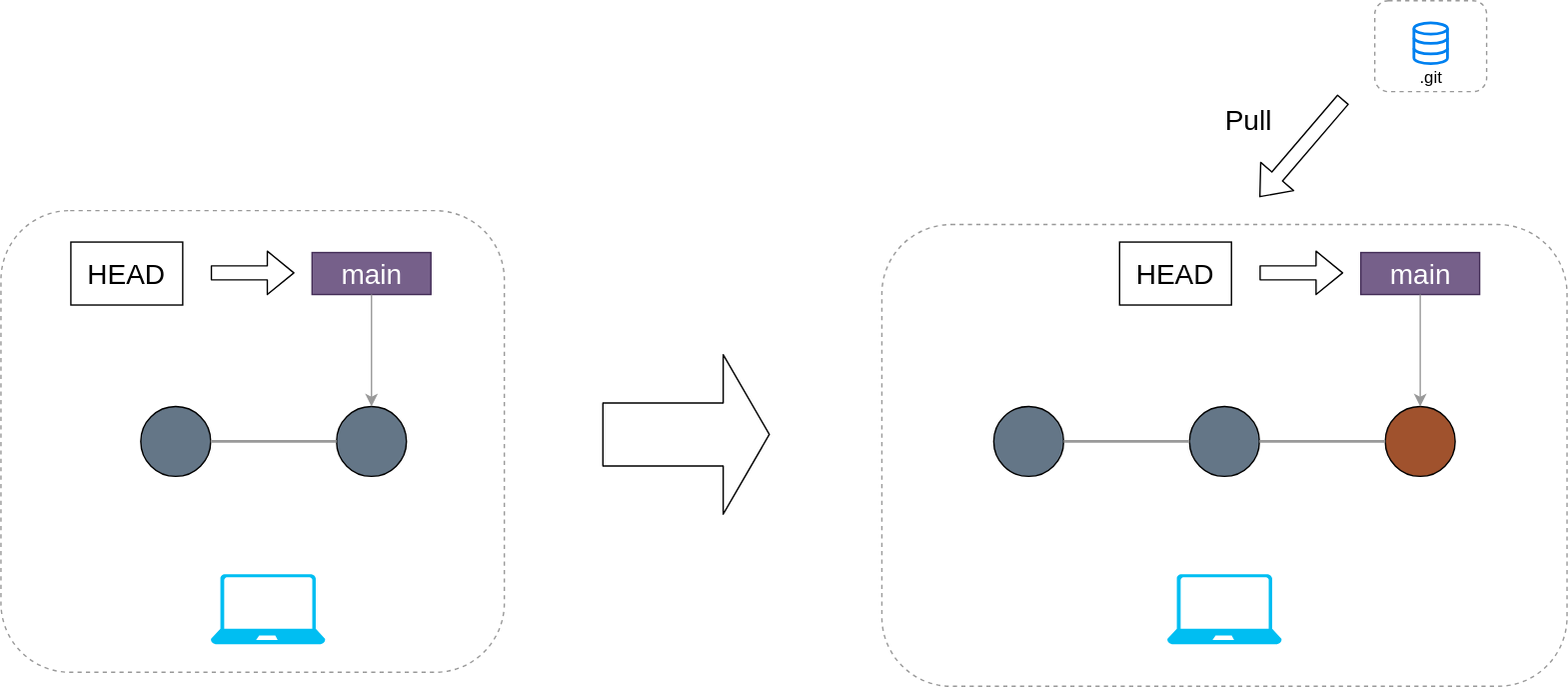
This is slidev/drawio/wf_pull.svg from kazuyanagimoto/github-workshop, a draw.io export, as it was before one commit. Source tidied: cells renumbered, new cells last; positions are measured from the earlier drawing's top-left corner, leaving out a move shared by most shapes. Its diagram source:
```xml
<mxGraphModel>
  <root>
    <mxCell id="0" />
    <mxCell id="1" parent="0" />
    <mxCell id="2" style="ellipse;whiteSpace=wrap;html=1;fillColor=#647687;fontColor=#ffffff;strokeColor=#000000;" parent="1" vertex="1">
      <mxGeometry x="710" y="290" width="50" height="50" as="geometry" />
    </mxCell>
    <mxCell id="3" style="ellipse;whiteSpace=wrap;html=1;fillColor=#647687;fontColor=#ffffff;strokeColor=#000000;" parent="1" vertex="1">
      <mxGeometry x="850" y="290" width="50" height="50" as="geometry" />
    </mxCell>
    <mxCell id="4" style="ellipse;whiteSpace=wrap;html=1;fontColor=#ffffff;strokeColor=#000000;fillColor=#A0522D;" parent="1" vertex="1">
      <mxGeometry x="990" y="290" width="50" height="50" as="geometry" />
    </mxCell>
    <mxCell id="5" style="endArrow=none;html=1;entryX=0;entryY=0.5;entryDx=0;entryDy=0;exitX=1;exitY=0.5;exitDx=0;exitDy=0;strokeColor=#999999;strokeWidth=2;" parent="1" edge="1" source="2" target="3">
      <mxGeometry relative="1" as="geometry" />
    </mxCell>
    <mxCell id="6" style="endArrow=none;html=1;entryX=0;entryY=0.5;entryDx=0;entryDy=0;exitX=1;exitY=0.5;exitDx=0;exitDy=0;strokeColor=#999999;strokeWidth=2;" parent="1" edge="1" source="3" target="4">
      <mxGeometry relative="1" as="geometry" />
    </mxCell>
    <mxCell id="7" style="ellipse;whiteSpace=wrap;html=1;fillColor=#647687;fontColor=#ffffff;strokeColor=#000000;" parent="1" vertex="1">
      <mxGeometry x="100" y="290" width="50" height="50" as="geometry" />
    </mxCell>
    <mxCell id="8" style="ellipse;whiteSpace=wrap;html=1;fillColor=#647687;fontColor=#ffffff;strokeColor=#000000;" parent="1" vertex="1">
      <mxGeometry x="240" y="290" width="50" height="50" as="geometry" />
    </mxCell>
    <mxCell id="9" style="endArrow=none;html=1;entryX=0;entryY=0.5;entryDx=0;entryDy=0;exitX=1;exitY=0.5;exitDx=0;exitDy=0;strokeColor=#999999;strokeWidth=2;" parent="1" edge="1" source="7" target="8">
      <mxGeometry relative="1" as="geometry" />
    </mxCell>
    <mxCell id="10" value="HEAD" style="rounded=0;whiteSpace=wrap;html=1;fontSize=20;" parent="1" vertex="1">
      <mxGeometry x="50" y="172.5" width="80" height="45" as="geometry" />
    </mxCell>
    <mxCell id="11" style="shape=flexArrow;endArrow=classic;html=1;fontSize=20;" parent="1" edge="1">
      <mxGeometry relative="1" as="geometry">
        <mxPoint x="150" y="194.5" as="sourcePoint" />
        <mxPoint x="210" y="194.5" as="targetPoint" />
      </mxGeometry>
    </mxCell>
    <mxCell id="12" value="main" style="rounded=1;whiteSpace=wrap;html=1;fillColor=#76608a;strokeColor=#432D57;fontColor=#ffffff;fontSize=20;arcSize=0;" parent="1" vertex="1">
      <mxGeometry x="222.5" y="180" width="85" height="30" as="geometry" />
    </mxCell>
    <mxCell id="13" style="endArrow=classic;html=1;fontSize=20;exitX=0.5;exitY=1;exitDx=0;exitDy=0;entryX=0.5;entryY=0;entryDx=0;entryDy=0;strokeColor=#999999;" parent="1" edge="1" source="12">
      <mxGeometry relative="1" as="geometry">
        <mxPoint x="265" y="290" as="targetPoint" />
      </mxGeometry>
    </mxCell>
    <mxCell id="14" style="verticalLabelPosition=bottom;html=1;verticalAlign=top;align=center;strokeColor=none;fillColor=#00BEF2;shape=mxgraph.azure.laptop;fontSize=15;" parent="1" vertex="1">
      <mxGeometry x="150" y="410" width="82" height="50" as="geometry" />
    </mxCell>
    <mxCell id="15" style="verticalLabelPosition=bottom;html=1;verticalAlign=top;align=center;strokeColor=none;fillColor=#00BEF2;shape=mxgraph.azure.laptop;fontSize=15;" parent="1" vertex="1">
      <mxGeometry x="834" y="410" width="82" height="50" as="geometry" />
    </mxCell>
    <mxCell id="16" style="rounded=1;whiteSpace=wrap;html=1;fontSize=16;strokeColor=#999999;dashed=1;fillColor=none;" parent="1" vertex="1">
      <mxGeometry x="630" y="160" width="490" height="330" as="geometry" />
    </mxCell>
    <mxCell id="17" value="HEAD" style="rounded=0;whiteSpace=wrap;html=1;fontSize=20;" parent="1" vertex="1">
      <mxGeometry x="800" y="172.5" width="80" height="45" as="geometry" />
    </mxCell>
    <mxCell id="18" style="shape=flexArrow;endArrow=classic;html=1;fontSize=20;" parent="1" edge="1">
      <mxGeometry relative="1" as="geometry">
        <mxPoint x="900" y="194.5" as="sourcePoint" />
        <mxPoint x="960" y="194.5" as="targetPoint" />
      </mxGeometry>
    </mxCell>
    <mxCell id="19" value="main" style="rounded=1;whiteSpace=wrap;html=1;fillColor=#76608a;strokeColor=#432D57;fontColor=#ffffff;fontSize=20;arcSize=0;" parent="1" vertex="1">
      <mxGeometry x="972.5" y="180" width="85" height="30" as="geometry" />
    </mxCell>
    <mxCell id="20" style="endArrow=classic;html=1;fontSize=20;exitX=0.5;exitY=1;exitDx=0;exitDy=0;entryX=0.5;entryY=0;entryDx=0;entryDy=0;strokeColor=#999999;" parent="1" edge="1" source="19">
      <mxGeometry relative="1" as="geometry">
        <mxPoint x="1015" y="290" as="targetPoint" />
      </mxGeometry>
    </mxCell>
    <mxCell id="21" style="rounded=1;whiteSpace=wrap;html=1;fontSize=16;strokeColor=#999999;dashed=1;fillColor=none;" parent="1" vertex="1">
      <mxGeometry y="150" width="360" height="330" as="geometry" />
    </mxCell>
    <mxCell id="22" style="rounded=1;whiteSpace=wrap;html=1;fontSize=16;strokeColor=#999999;dashed=1;fillColor=none;" parent="1" vertex="1">
      <mxGeometry x="982.5" width="80" height="65" as="geometry" />
    </mxCell>
    <mxCell id="23" style="html=1;verticalLabelPosition=bottom;align=center;labelBackgroundColor=#ffffff;verticalAlign=top;strokeWidth=2;strokeColor=#0080F0;shadow=0;dashed=0;shape=mxgraph.ios7.icons.data;fillColor=none;" parent="1" vertex="1">
      <mxGeometry x="1010.5" y="15.9" width="24" height="29.1" as="geometry" />
    </mxCell>
    <mxCell id="24" value=".git" style="text;html=1;strokeColor=none;fillColor=none;align=center;verticalAlign=middle;whiteSpace=wrap;rounded=0;" parent="1" vertex="1">
      <mxGeometry x="1002.5" y="45" width="40" height="20" as="geometry" />
    </mxCell>
    <mxCell id="25" style="shape=flexArrow;endArrow=classic;html=1;" parent="1" edge="1">
      <mxGeometry relative="1" as="geometry">
        <mxPoint x="960" y="70.4" as="sourcePoint" />
        <mxPoint x="900" y="140.4" as="targetPoint" />
      </mxGeometry>
    </mxCell>
    <mxCell id="26" value="Pull" style="text;html=1;strokeColor=none;fillColor=none;align=center;verticalAlign=middle;whiteSpace=wrap;rounded=0;fontSize=20;" parent="1" vertex="1">
      <mxGeometry x="860" y="65" width="65" height="40" as="geometry" />
    </mxCell>
    <mxCell id="27" style="shape=flexArrow;endArrow=classic;html=1;endWidth=68;endSize=10.66;width=45;" parent="1" edge="1">
      <mxGeometry relative="1" as="geometry">
        <mxPoint x="430" y="310" as="sourcePoint" />
        <mxPoint x="550" y="310" as="targetPoint" />
      </mxGeometry>
    </mxCell>
  </root>
</mxGraphModel>
```
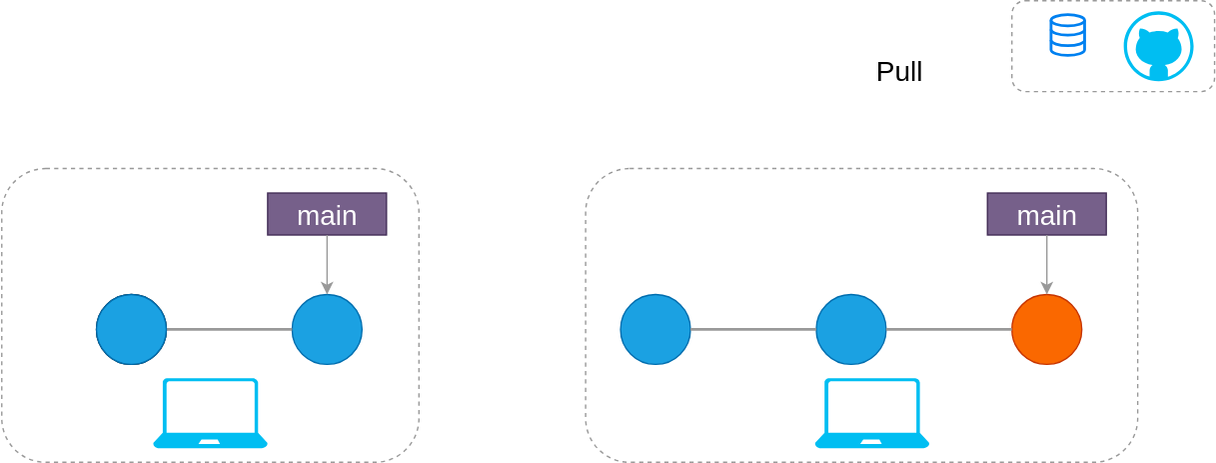
After the commit.

What changed in the source:
```diff
@@ -2,14 +2,14 @@
   <root>
     <mxCell id="0" />
     <mxCell id="1" parent="0" />
-    <mxCell id="2" style="ellipse;whiteSpace=wrap;html=1;fillColor=#647687;fontColor=#ffffff;strokeColor=#000000;" parent="1" vertex="1">
-      <mxGeometry x="710" y="290" width="50" height="50" as="geometry" />
+    <mxCell id="2" style="ellipse;whiteSpace=wrap;html=1;fillColor=#1ba1e2;fontColor=#ffffff;strokeColor=#006EAF;" parent="1" vertex="1">
+      <mxGeometry x="475" y="290" width="50" height="50" as="geometry" />
     </mxCell>
-    <mxCell id="3" style="ellipse;whiteSpace=wrap;html=1;fillColor=#647687;fontColor=#ffffff;strokeColor=#000000;" parent="1" vertex="1">
-      <mxGeometry x="850" y="290" width="50" height="50" as="geometry" />
+    <mxCell id="3" style="ellipse;whiteSpace=wrap;html=1;fillColor=#1ba1e2;fontColor=#ffffff;strokeColor=#006EAF;" parent="1" vertex="1">
+      <mxGeometry x="615" y="290" width="50" height="50" as="geometry" />
     </mxCell>
-    <mxCell id="4" style="ellipse;whiteSpace=wrap;html=1;fontColor=#ffffff;strokeColor=#000000;fillColor=#A0522D;" parent="1" vertex="1">
-      <mxGeometry x="990" y="290" width="50" height="50" as="geometry" />
+    <mxCell id="4" style="ellipse;whiteSpace=wrap;html=1;fontColor=#000000;strokeColor=#C73500;fillColor=#fa6800;" parent="1" vertex="1">
+      <mxGeometry x="755" y="290" width="50" height="50" as="geometry" />
     </mxCell>
     <mxCell id="5" style="endArrow=none;html=1;entryX=0;entryY=0.5;entryDx=0;entryDy=0;exitX=1;exitY=0.5;exitDx=0;exitDy=0;strokeColor=#999999;strokeWidth=2;" parent="1" edge="1" source="2" target="3">
       <mxGeometry relative="1" as="geometry" />
@@ -20,23 +20,23 @@
     <mxCell id="7" style="ellipse;whiteSpace=wrap;html=1;fillColor=#647687;fontColor=#ffffff;strokeColor=#000000;" parent="1" vertex="1">
       <mxGeometry x="100" y="290" width="50" height="50" as="geometry" />
     </mxCell>
-    <mxCell id="8" style="ellipse;whiteSpace=wrap;html=1;fillColor=#647687;fontColor=#ffffff;strokeColor=#000000;" parent="1" vertex="1">
+    <mxCell id="8" style="ellipse;whiteSpace=wrap;html=1;fillColor=#1ba1e2;fontColor=#ffffff;strokeColor=#006EAF;" parent="1" vertex="1">
       <mxGeometry x="240" y="290" width="50" height="50" as="geometry" />
     </mxCell>
     <mxCell id="9" style="endArrow=none;html=1;entryX=0;entryY=0.5;entryDx=0;entryDy=0;exitX=1;exitY=0.5;exitDx=0;exitDy=0;strokeColor=#999999;strokeWidth=2;" parent="1" edge="1" source="7" target="8">
       <mxGeometry relative="1" as="geometry" />
     </mxCell>
-    <mxCell id="10" value="HEAD" style="rounded=0;whiteSpace=wrap;html=1;fontSize=20;" parent="1" vertex="1">
-      <mxGeometry x="50" y="172.5" width="80" height="45" as="geometry" />
+    <mxCell id="10" value="HEAD" style="rounded=0;whiteSpace=wrap;html=1;fontSize=20;fillColor=none;strokeColor=#FFFFFF;fontColor=#FFFFFF;" parent="1" vertex="1">
+      <mxGeometry x="50" y="210" width="80" height="45" as="geometry" />
     </mxCell>
-    <mxCell id="11" style="shape=flexArrow;endArrow=classic;html=1;fontSize=20;" parent="1" edge="1">
+    <mxCell id="11" style="shape=flexArrow;endArrow=classic;html=1;fontSize=20;labelBackgroundColor=none;fontColor=#FFFFFF;strokeColor=#FFFFFF;" parent="1" edge="1">
       <mxGeometry relative="1" as="geometry">
-        <mxPoint x="150" y="194.5" as="sourcePoint" />
-        <mxPoint x="210" y="194.5" as="targetPoint" />
+        <mxPoint x="150" y="232" as="sourcePoint" />
+        <mxPoint x="210" y="232" as="targetPoint" />
       </mxGeometry>
     </mxCell>
     <mxCell id="12" value="main" style="rounded=1;whiteSpace=wrap;html=1;fillColor=#76608a;strokeColor=#432D57;fontColor=#ffffff;fontSize=20;arcSize=0;" parent="1" vertex="1">
-      <mxGeometry x="222.5" y="180" width="85" height="30" as="geometry" />
+      <mxGeometry x="222.5" y="217.5" width="85" height="30" as="geometry" />
     </mxCell>
     <mxCell id="13" style="endArrow=classic;html=1;fontSize=20;exitX=0.5;exitY=1;exitDx=0;exitDy=0;entryX=0.5;entryY=0;entryDx=0;entryDy=0;strokeColor=#999999;" parent="1" edge="1" source="12">
       <mxGeometry relative="1" as="geometry">
@@ -44,57 +44,66 @@
       </mxGeometry>
     </mxCell>
     <mxCell id="14" style="verticalLabelPosition=bottom;html=1;verticalAlign=top;align=center;strokeColor=none;fillColor=#00BEF2;shape=mxgraph.azure.laptop;fontSize=15;" parent="1" vertex="1">
-      <mxGeometry x="150" y="410" width="82" height="50" as="geometry" />
+      <mxGeometry x="140.5" y="350" width="82" height="50" as="geometry" />
     </mxCell>
     <mxCell id="15" style="verticalLabelPosition=bottom;html=1;verticalAlign=top;align=center;strokeColor=none;fillColor=#00BEF2;shape=mxgraph.azure.laptop;fontSize=15;" parent="1" vertex="1">
-      <mxGeometry x="834" y="410" width="82" height="50" as="geometry" />
+      <mxGeometry x="614" y="350" width="82" height="50" as="geometry" />
     </mxCell>
-    <mxCell id="16" style="rounded=1;whiteSpace=wrap;html=1;fontSize=16;strokeColor=#999999;dashed=1;fillColor=none;" parent="1" vertex="1">
-      <mxGeometry x="630" y="160" width="490" height="330" as="geometry" />
-    </mxCell>
-    <mxCell id="17" value="HEAD" style="rounded=0;whiteSpace=wrap;html=1;fontSize=20;" parent="1" vertex="1">
-      <mxGeometry x="800" y="172.5" width="80" height="45" as="geometry" />
+    <mxCell id="17" value="HEAD" style="rounded=0;whiteSpace=wrap;html=1;fontSize=20;fillColor=none;fontColor=#FFFFFF;strokeColor=#FFFFFF;" parent="1" vertex="1">
+      <mxGeometry x="565" y="210" width="80" height="45" as="geometry" />
     </mxCell>
-    <mxCell id="18" style="shape=flexArrow;endArrow=classic;html=1;fontSize=20;" parent="1" edge="1">
+    <mxCell id="18" style="shape=flexArrow;endArrow=classic;html=1;fontSize=20;strokeColor=#FFFFFF;" parent="1" edge="1">
       <mxGeometry relative="1" as="geometry">
-        <mxPoint x="900" y="194.5" as="sourcePoint" />
-        <mxPoint x="960" y="194.5" as="targetPoint" />
+        <mxPoint x="665" y="232" as="sourcePoint" />
+        <mxPoint x="725" y="232" as="targetPoint" />
       </mxGeometry>
     </mxCell>
     <mxCell id="19" value="main" style="rounded=1;whiteSpace=wrap;html=1;fillColor=#76608a;strokeColor=#432D57;fontColor=#ffffff;fontSize=20;arcSize=0;" parent="1" vertex="1">
-      <mxGeometry x="972.5" y="180" width="85" height="30" as="geometry" />
+      <mxGeometry x="737.5" y="217.5" width="85" height="30" as="geometry" />
     </mxCell>
     <mxCell id="20" style="endArrow=classic;html=1;fontSize=20;exitX=0.5;exitY=1;exitDx=0;exitDy=0;entryX=0.5;entryY=0;entryDx=0;entryDy=0;strokeColor=#999999;" parent="1" edge="1" source="19">
       <mxGeometry relative="1" as="geometry">
-        <mxPoint x="1015" y="290" as="targetPoint" />
+        <mxPoint x="780" y="290" as="targetPoint" />
       </mxGeometry>
     </mxCell>
-    <mxCell id="21" style="rounded=1;whiteSpace=wrap;html=1;fontSize=16;strokeColor=#999999;dashed=1;fillColor=none;" parent="1" vertex="1">
-      <mxGeometry y="150" width="360" height="330" as="geometry" />
-    </mxCell>
     <mxCell id="22" style="rounded=1;whiteSpace=wrap;html=1;fontSize=16;strokeColor=#999999;dashed=1;fillColor=none;" parent="1" vertex="1">
-      <mxGeometry x="982.5" width="80" height="65" as="geometry" />
+      <mxGeometry x="755" y="80" width="145" height="65" as="geometry" />
     </mxCell>
-    <mxCell id="23" style="html=1;verticalLabelPosition=bottom;align=center;labelBackgroundColor=#ffffff;verticalAlign=top;strokeWidth=2;strokeColor=#0080F0;shadow=0;dashed=0;shape=mxgraph.ios7.icons.data;fillColor=none;" parent="1" vertex="1">
-      <mxGeometry x="1010.5" y="15.9" width="24" height="29.1" as="geometry" />
+    <mxCell id="23" value=".git" style="html=1;verticalLabelPosition=bottom;align=center;labelBackgroundColor=none;verticalAlign=top;strokeWidth=2;strokeColor=#0080F0;shadow=0;dashed=0;shape=mxgraph.ios7.icons.data;fillColor=none;fontColor=#FFFFFF;" parent="1" vertex="1">
+      <mxGeometry x="783" y="90" width="24" height="29.1" as="geometry" />
     </mxCell>
-    <mxCell id="24" value=".git" style="text;html=1;strokeColor=none;fillColor=none;align=center;verticalAlign=middle;whiteSpace=wrap;rounded=0;" parent="1" vertex="1">
-      <mxGeometry x="1002.5" y="45" width="40" height="20" as="geometry" />
-    </mxCell>
-    <mxCell id="25" style="shape=flexArrow;endArrow=classic;html=1;" parent="1" edge="1">
+    <mxCell id="25" style="shape=flexArrow;endArrow=classic;html=1;strokeColor=#FFFFFF;strokeWidth=2;" parent="1" edge="1">
       <mxGeometry relative="1" as="geometry">
-        <mxPoint x="960" y="70.4" as="sourcePoint" />
-        <mxPoint x="900" y="140.4" as="targetPoint" />
+        <mxPoint x="740" y="120" as="sourcePoint" />
+        <mxPoint x="680" y="179.9" as="targetPoint" />
       </mxGeometry>
     </mxCell>
     <mxCell id="26" value="Pull" style="text;html=1;strokeColor=none;fillColor=none;align=center;verticalAlign=middle;whiteSpace=wrap;rounded=0;fontSize=20;" parent="1" vertex="1">
-      <mxGeometry x="860" y="65" width="65" height="40" as="geometry" />
+      <mxGeometry x="640" y="110" width="70" height="40" as="geometry" />
     </mxCell>
-    <mxCell id="27" style="shape=flexArrow;endArrow=classic;html=1;endWidth=68;endSize=10.66;width=45;" parent="1" edge="1">
+    <mxCell id="27" style="shape=flexArrow;endArrow=classic;html=1;endWidth=36;endSize=11.59;width=46;strokeWidth=2;strokeColor=#FFFFFF;" parent="1" edge="1">
       <mxGeometry relative="1" as="geometry">
-        <mxPoint x="430" y="310" as="sourcePoint" />
-        <mxPoint x="550" y="310" as="targetPoint" />
+        <mxPoint x="370" y="304.5" as="sourcePoint" />
+        <mxPoint x="430" y="304.5" as="targetPoint" />
       </mxGeometry>
     </mxCell>
+    <mxCell id="28" style="rounded=1;whiteSpace=wrap;html=1;fontSize=16;strokeColor=#999999;dashed=1;fillColor=none;" parent="1" vertex="1">
+      <mxGeometry x="32.2" y="200" width="298.5" height="210" as="geometry" />
+    </mxCell>
+    <mxCell id="29" style="edgeStyle=orthogonalEdgeStyle;rounded=0;orthogonalLoop=1;jettySize=auto;html=1;exitX=0.5;exitY=1;exitDx=0;exitDy=0;fontColor=#FFFFFF;strokeColor=#FFFFFF;strokeWidth=2;" parent="1" edge="1">
+      <mxGeometry relative="1" as="geometry">
+        <mxPoint x="637.5" y="280" as="sourcePoint" />
+        <mxPoint x="637.5" y="280" as="targetPoint" />
+      </mxGeometry>
+    </mxCell>
+    <mxCell id="30" style="rounded=1;whiteSpace=wrap;html=1;fontSize=16;strokeColor=#999999;dashed=1;fillColor=none;" parent="1" vertex="1">
+      <mxGeometry x="450" y="200" width="395" height="210" as="geometry" />
+    </mxCell>
+    <mxCell id="31" style="ellipse;whiteSpace=wrap;html=1;fillColor=#1ba1e2;fontColor=#ffffff;strokeColor=#006EAF;" parent="1" vertex="1">
+      <mxGeometry x="100" y="290" width="50" height="50" as="geometry" />
+    </mxCell>
+    <mxCell id="32" style="verticalLabelPosition=bottom;html=1;verticalAlign=top;align=center;strokeColor=none;fillColor=#00BEF2;shape=mxgraph.azure.github_code;fontColor=#FFFFFF;" parent="1" vertex="1">
+      <mxGeometry x="835" y="87.5" width="50" height="50" as="geometry" />
+    </mxCell>
   </root>
 </mxGraphModel>
```
